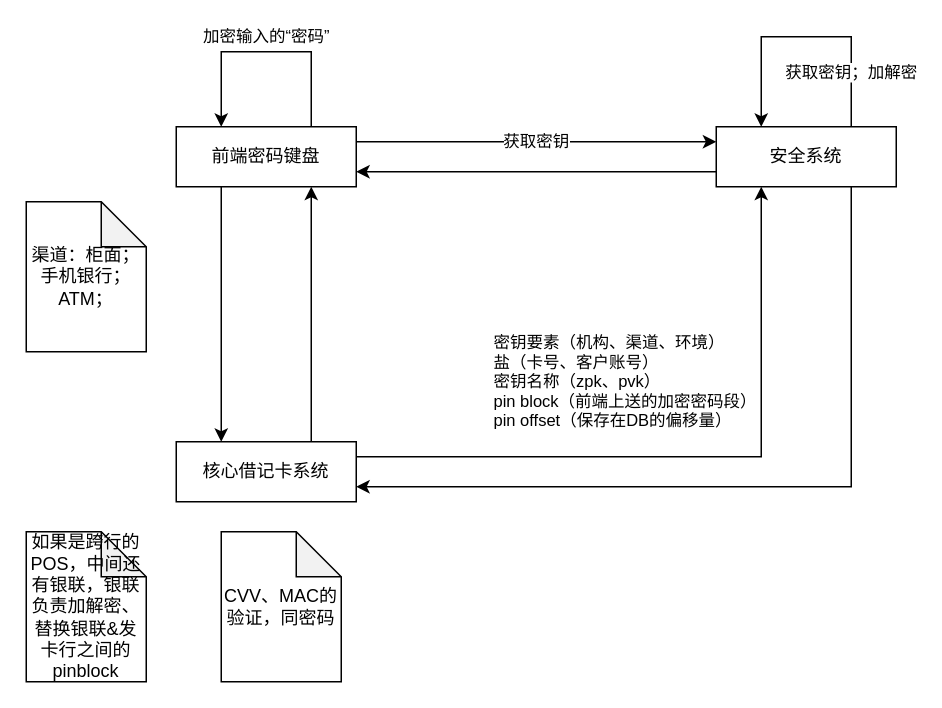
Above: 银行卡密码加解密.drawio in juhuan/juhuan.github.io (draw.io), before the change. Source tidied: cells renumbered, new cells numbered last; positions are measured from the earlier drawing's top-left corner, leaving out a move shared by most shapes. Both pictures are drawn from the tidied source at 150%, with x=0, y=0 at pixel (26, 36).
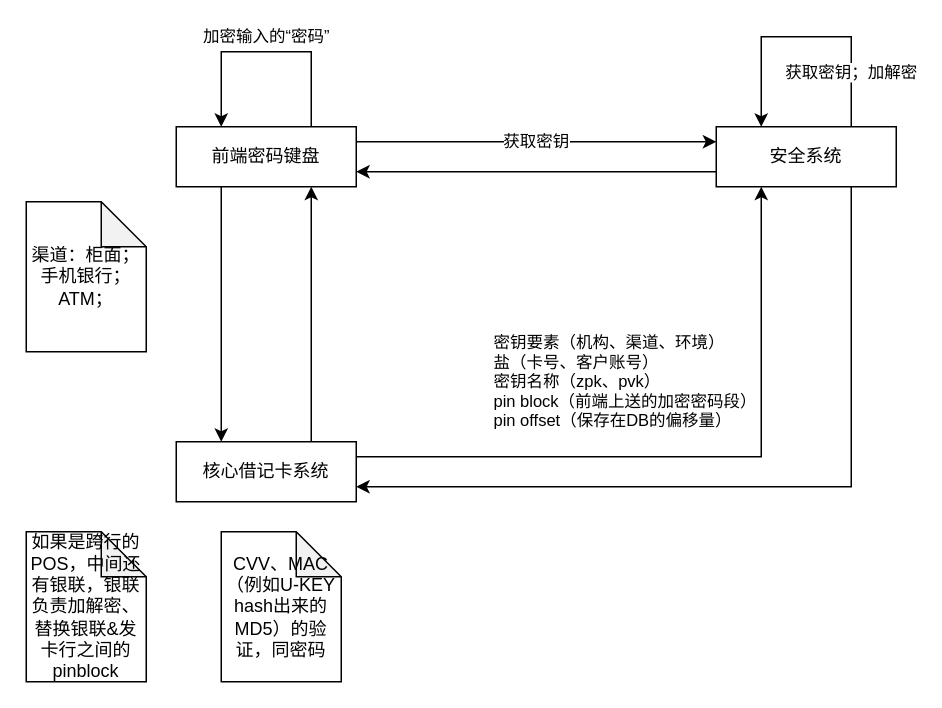
The same diagram, later.

What changed in the source:
```diff
@@
-    <mxCell id="17" value="CVV、MAC的验证，同密码" style="shape=note;whiteSpace=wrap;html=1;backgroundOutline=1;darkOpacity=0.05;" parent="1" vertex="1">
+    <mxCell id="17" value="CVV、MAC（例如U-KEY hash出来的MD5）的验证，同密码" style="shape=note;whiteSpace=wrap;html=1;backgroundOutline=1;darkOpacity=0.05;" parent="1" vertex="1">
       <mxGeometry x="130" y="330" width="80" height="100" as="geometry" />
     </mxCell>
```
